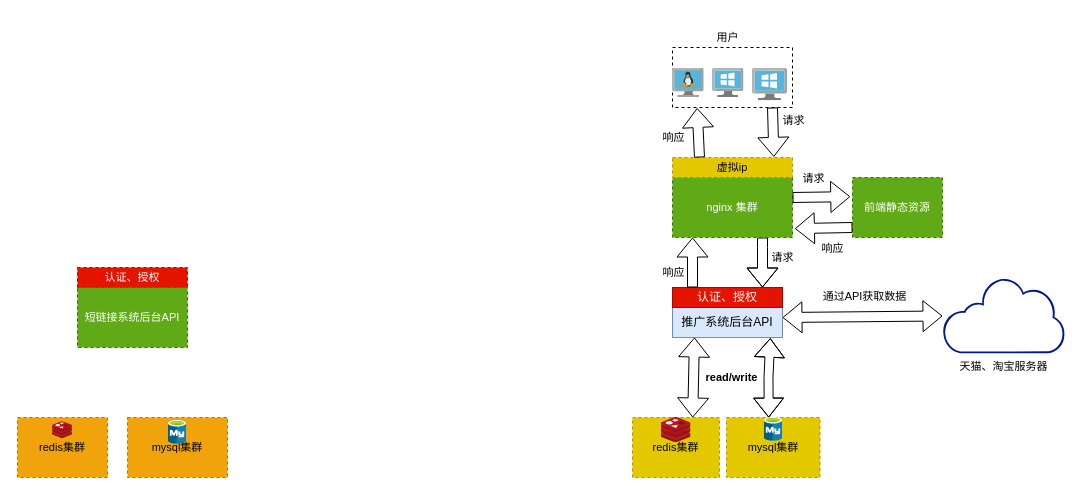
Above: Untitled Diagram.drawio in ndb000901/diagrams (draw.io), before the change. Source tidied: cells renumbered, new cells numbered last; positions are measured from the earlier drawing's top-left corner, leaving out a move shared by most shapes. Both pictures are drawn from the tidied source at 100%, with x=0, y=0 at pixel (17, 27).
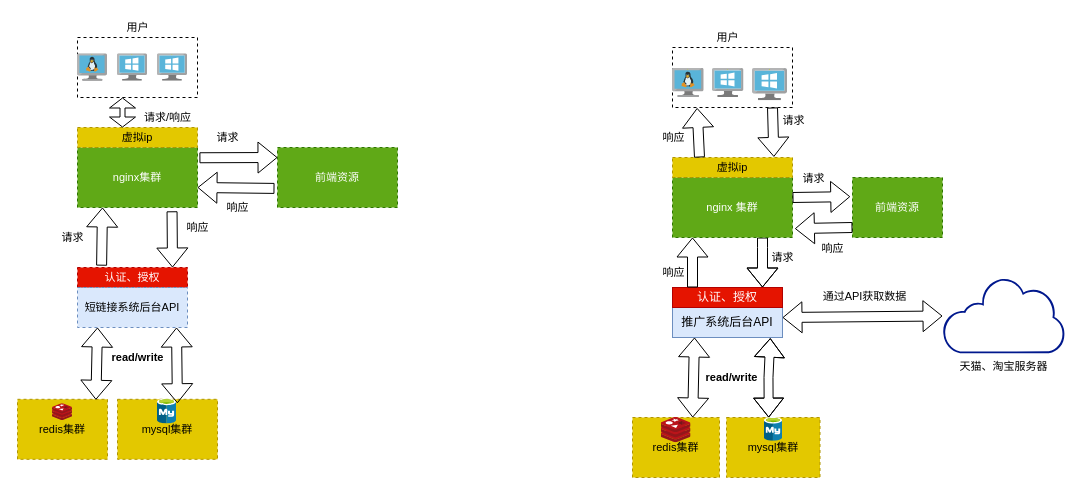
The same page after the edit.

The change refers to these unchanged cells:
```xml
<mxCell id="34" value="认证、授权" style="rounded=0;whiteSpace=wrap;html=1;dashed=1;fontFamily=Helvetica;fontSize=11;fontColor=#ffffff;fillColor=#e51400;strokeColor=#B20000;" parent="1" vertex="1">
  <mxGeometry x="60" y="240" width="110" height="20" as="geometry" />
</mxCell>
```

What changed in the source:
```diff
@@
-    <mxCell id="9" value="前端静态资源" style="rounded=0;whiteSpace=wrap;html=1;dashed=1;fontFamily=Helvetica;fontSize=11;fontColor=#ffffff;fillColor=#60a917;strokeColor=#2D7600;" parent="1" vertex="1">
+    <mxCell id="9" value="前端资源" style="rounded=0;whiteSpace=wrap;html=1;dashed=1;fontFamily=Helvetica;fontSize=11;fontColor=#ffffff;fillColor=#60a917;strokeColor=#2D7600;" parent="1" vertex="1">
       <mxGeometry x="835" y="150" width="90" height="60" as="geometry" />
     </mxCell>
@@
-    <mxCell id="35" value="短链接系统后台API" style="rounded=0;whiteSpace=wrap;html=1;dashed=1;fontFamily=Helvetica;fontSize=11;fontColor=#ffffff;fillColor=#60a917;strokeColor=#2D7600;" parent="1" vertex="1">
-      <mxGeometry x="60" y="260" width="110" height="60" as="geometry" />
+    <mxCell id="35" value="短链接系统后台API" style="rounded=0;whiteSpace=wrap;html=1;dashed=1;fontFamily=Helvetica;fontSize=11;fillColor=#dae8fc;strokeColor=#6c8ebf;" parent="1" vertex="1">
+      <mxGeometry x="60" y="260" width="110" height="40" as="geometry" />
     </mxCell>
-    <mxCell id="36" value="redis集群" style="rounded=0;whiteSpace=wrap;html=1;dashed=1;fontFamily=Helvetica;fontSize=11;fontColor=#000000;fillColor=#f0a30a;strokeColor=#BD7000;" parent="1" vertex="1">
-      <mxGeometry y="390" width="90" height="60" as="geometry" />
+    <mxCell id="36" value="redis集群" style="rounded=0;whiteSpace=wrap;html=1;dashed=1;fontFamily=Helvetica;fontSize=11;fontColor=#000000;fillColor=#e3c800;strokeColor=#B09500;" parent="1" vertex="1">
+      <mxGeometry y="371.8" width="90" height="60" as="geometry" />
     </mxCell>
     <mxCell id="37" style="sketch=0;html=1;align=center;image;fontSize=12;image=img/lib/mscae/Cache_Redis_Product.svg;dashed=1;fontFamily=Helvetica;fontColor=default;" parent="1" vertex="1">
-      <mxGeometry x="35" y="394.2" width="20" height="16.8" as="geometry" />
+      <mxGeometry x="35" y="376.2" width="20" height="16.8" as="geometry" />
     </mxCell>
-    <mxCell id="38" value="mysql集群" style="rounded=0;whiteSpace=wrap;html=1;dashed=1;fontFamily=Helvetica;fontSize=11;fontColor=#000000;fillColor=#f0a30a;strokeColor=#BD7000;" parent="1" vertex="1">
-      <mxGeometry x="110" y="390" width="100" height="60" as="geometry" />
+    <mxCell id="38" value="mysql集群" style="rounded=0;whiteSpace=wrap;html=1;dashed=1;fontFamily=Helvetica;fontSize=11;fontColor=#000000;fillColor=#e3c800;strokeColor=#B09500;" parent="1" vertex="1">
+      <mxGeometry x="100" y="371.8" width="100" height="60" as="geometry" />
     </mxCell>
     <mxCell id="39" style="sketch=0;html=1;points=[];align=center;image;fontSize=12;image=img/lib/mscae/Azure_Database_for_MySQL_servers.svg;dashed=1;fontFamily=Helvetica;fontColor=default;" parent="1" vertex="1">
-      <mxGeometry x="151" y="393" width="18" height="23.7" as="geometry" />
+      <mxGeometry x="140" y="371.4" width="19" height="25" as="geometry" />
     </mxCell>
+    <mxCell id="40" style="shape=flexArrow;endArrow=classic;startArrow=classic;html=1;rounded=0;labelBackgroundColor=default;fontFamily=Helvetica;fontSize=11;fontColor=default;strokeColor=default;exitX=0.871;exitY=0.008;exitDx=0;exitDy=0;exitPerimeter=0;" parent="1" edge="1" source="36">
+      <mxGeometry relative="1" as="geometry">
+        <mxPoint x="80" y="300" as="targetPoint" />
+      </mxGeometry>
+    </mxCell>
+    <mxCell id="41" style="shape=flexArrow;endArrow=classic;startArrow=classic;html=1;rounded=0;labelBackgroundColor=default;fontFamily=Helvetica;fontSize=11;fontColor=default;strokeColor=default;exitX=1.048;exitY=0.173;exitDx=0;exitDy=0;exitPerimeter=0;" parent="1" edge="1" source="39">
+      <mxGeometry relative="1" as="geometry">
+        <mxPoint x="159" y="300" as="targetPoint" />
+      </mxGeometry>
+    </mxCell>
+    <mxCell id="42" value="&lt;b&gt;read/write&lt;/b&gt;" style="text;html=1;align=center;verticalAlign=middle;strokeColor=none;fillColor=none;fontSize=11;fontFamily=Helvetica;fontColor=default;" parent="1" vertex="1">
+      <mxGeometry x="85" y="320" width="70" height="20" as="geometry" />
+    </mxCell>
+    <mxCell id="43" value="nginx集群" style="rounded=0;whiteSpace=wrap;html=1;dashed=1;fontFamily=Helvetica;fontSize=11;fontColor=#ffffff;fillColor=#60a917;strokeColor=#2D7600;" parent="1" vertex="1">
+      <mxGeometry x="60" y="120" width="120" height="60" as="geometry" />
+    </mxCell>
+    <mxCell id="44" value="虚拟ip" style="rounded=0;whiteSpace=wrap;html=1;dashed=1;fontFamily=Helvetica;fontSize=11;fontColor=#000000;fillColor=#e3c800;strokeColor=#B09500;" parent="1" vertex="1">
+      <mxGeometry x="60" y="100" width="120" height="20" as="geometry" />
+    </mxCell>
+    <mxCell id="45" value="前端资源" style="rounded=0;whiteSpace=wrap;html=1;dashed=1;fontFamily=Helvetica;fontSize=11;fontColor=#ffffff;fillColor=#60a917;strokeColor=#2D7600;" parent="1" vertex="1">
+      <mxGeometry x="260" y="120" width="120" height="60" as="geometry" />
+    </mxCell>
+    <mxCell id="46" style="shape=flexArrow;endArrow=classic;html=1;rounded=0;labelBackgroundColor=default;fontFamily=Helvetica;fontSize=11;fontColor=default;strokeColor=default;exitX=1.016;exitY=0.171;exitDx=0;exitDy=0;exitPerimeter=0;" parent="1" edge="1" source="43">
+      <mxGeometry relative="1" as="geometry">
+        <mxPoint x="260" y="130" as="targetPoint" />
+      </mxGeometry>
+    </mxCell>
+    <mxCell id="47" style="shape=flexArrow;endArrow=classic;html=1;rounded=0;labelBackgroundColor=default;fontFamily=Helvetica;fontSize=11;fontColor=default;strokeColor=default;exitX=-0.025;exitY=0.682;exitDx=0;exitDy=0;exitPerimeter=0;" parent="1" edge="1" source="45">
+      <mxGeometry relative="1" as="geometry">
+        <mxPoint x="180" y="160" as="targetPoint" />
+      </mxGeometry>
+    </mxCell>
+    <mxCell id="48" value="响应" style="text;html=1;align=center;verticalAlign=middle;strokeColor=none;fillColor=none;fontSize=11;fontFamily=Helvetica;fontColor=default;" parent="1" vertex="1">
+      <mxGeometry x="200" y="170" width="40" height="20" as="geometry" />
+    </mxCell>
+    <mxCell id="49" value="请求" style="text;html=1;align=center;verticalAlign=middle;strokeColor=none;fillColor=none;fontSize=11;fontFamily=Helvetica;fontColor=default;" parent="1" vertex="1">
+      <mxGeometry x="190" y="100" width="40" height="20" as="geometry" />
+    </mxCell>
+    <mxCell id="50" style="shape=flexArrow;endArrow=classic;html=1;rounded=0;labelBackgroundColor=default;fontFamily=Helvetica;fontSize=11;fontColor=default;strokeColor=default;exitX=0.219;exitY=-0.091;exitDx=0;exitDy=0;exitPerimeter=0;" parent="1" edge="1" source="34">
+      <mxGeometry relative="1" as="geometry">
+        <mxPoint x="85" y="180" as="targetPoint" />
+      </mxGeometry>
+    </mxCell>
+    <mxCell id="51" style="shape=flexArrow;endArrow=classic;html=1;rounded=0;labelBackgroundColor=default;fontFamily=Helvetica;fontSize=11;fontColor=default;strokeColor=default;exitX=0.788;exitY=1.063;exitDx=0;exitDy=0;exitPerimeter=0;" parent="1" edge="1" source="43">
+      <mxGeometry relative="1" as="geometry">
+        <mxPoint x="155" y="240" as="targetPoint" />
+      </mxGeometry>
+    </mxCell>
+    <mxCell id="52" value="响应" style="text;html=1;align=center;verticalAlign=middle;strokeColor=none;fillColor=none;fontSize=11;fontFamily=Helvetica;fontColor=default;" parent="1" vertex="1">
+      <mxGeometry x="160" y="190" width="40" height="20" as="geometry" />
+    </mxCell>
+    <mxCell id="53" value="请求" style="text;html=1;align=center;verticalAlign=middle;strokeColor=none;fillColor=none;fontSize=11;fontFamily=Helvetica;fontColor=default;" parent="1" vertex="1">
+      <mxGeometry x="35" y="200" width="40" height="20" as="geometry" />
+    </mxCell>
+    <mxCell id="54" style="rounded=0;whiteSpace=wrap;html=1;dashed=1;fontFamily=Helvetica;fontSize=11;fontColor=default;" parent="1" vertex="1">
+      <mxGeometry x="60" y="10" width="120" height="60" as="geometry" />
+    </mxCell>
+    <mxCell id="55" style="sketch=0;html=1;align=center;image;fontSize=12;image=img/lib/mscae/VM_Linux.svg;dashed=1;fontFamily=Helvetica;fontColor=default;" parent="1" vertex="1">
+      <mxGeometry x="60" y="26.2" width="30" height="27.6" as="geometry" />
+    </mxCell>
+    <mxCell id="56" style="sketch=0;html=1;align=center;image;fontSize=12;image=img/lib/mscae/VirtualMachineWindows.svg;dashed=1;fontFamily=Helvetica;fontColor=default;" parent="1" vertex="1">
+      <mxGeometry x="100" y="26.2" width="30" height="27.6" as="geometry" />
+    </mxCell>
+    <mxCell id="57" style="sketch=0;html=1;align=center;image;fontSize=12;image=img/lib/mscae/VirtualMachineWindows.svg;dashed=1;fontFamily=Helvetica;fontColor=default;" parent="1" vertex="1">
+      <mxGeometry x="140" y="26.2" width="30" height="27.6" as="geometry" />
+    </mxCell>
+    <mxCell id="58" value="用户" style="text;html=1;align=center;verticalAlign=middle;strokeColor=none;fillColor=none;fontSize=11;fontFamily=Helvetica;fontColor=default;" parent="1" vertex="1">
+      <mxGeometry x="100" y="-10" width="40" height="20" as="geometry" />
+    </mxCell>
+    <mxCell id="59" style="shape=flexArrow;endArrow=classic;startArrow=classic;html=1;rounded=0;labelBackgroundColor=default;fontFamily=Helvetica;fontSize=11;fontColor=default;strokeColor=default;width=5;endSize=3;startSize=3;exitX=0.667;exitY=0;exitDx=0;exitDy=0;exitPerimeter=0;" parent="1" edge="1">
+      <mxGeometry relative="1" as="geometry">
+        <mxPoint x="105" y="100" as="sourcePoint" />
+        <mxPoint x="105" y="70" as="targetPoint" />
+      </mxGeometry>
+    </mxCell>
+    <mxCell id="60" value="请求/响应" style="text;html=1;align=center;verticalAlign=middle;strokeColor=none;fillColor=none;fontSize=11;fontFamily=Helvetica;fontColor=default;" parent="1" vertex="1">
+      <mxGeometry x="115" y="80" width="70" height="20" as="geometry" />
+    </mxCell>
```
